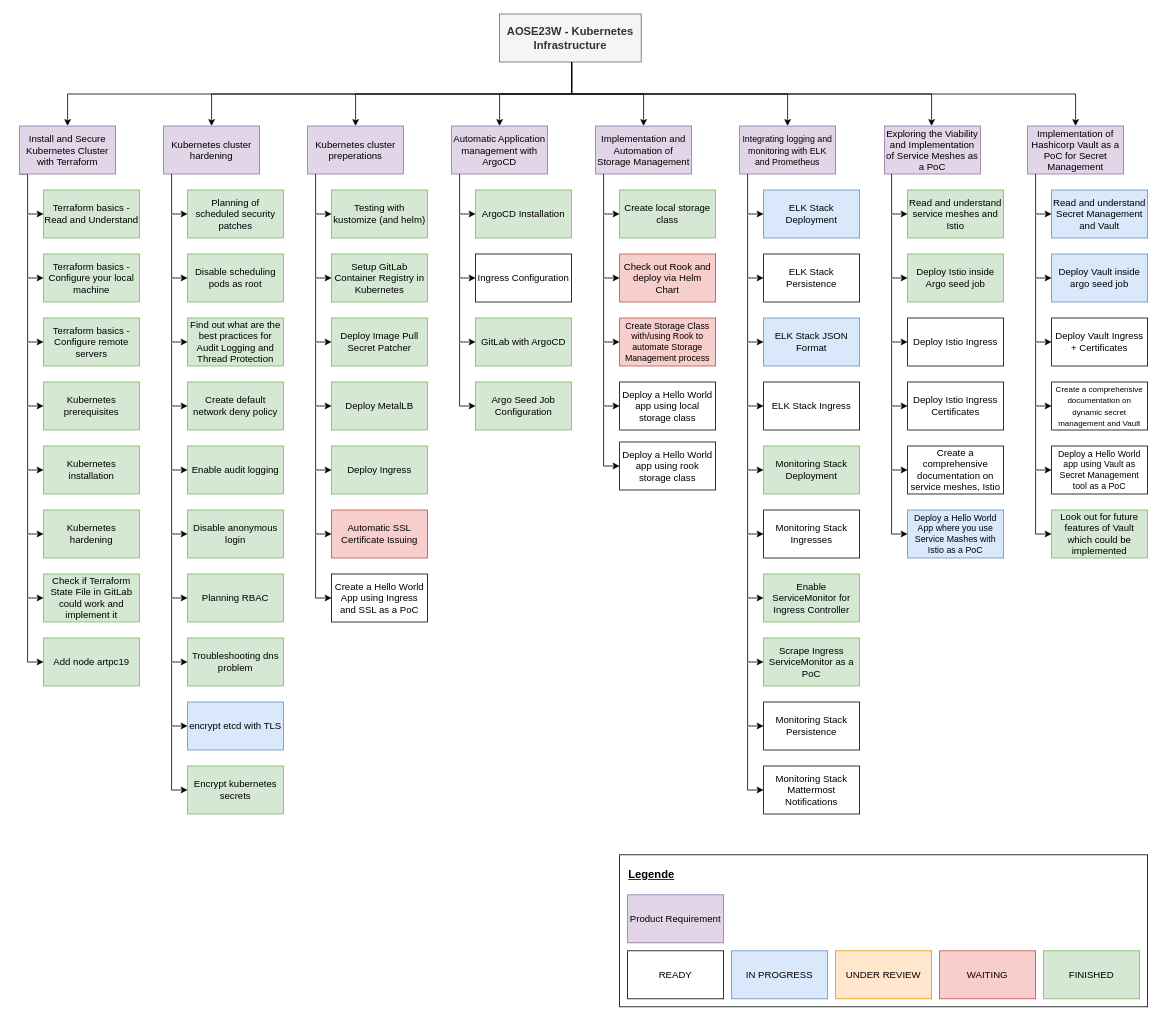
pogii123/drawio-charts keeps this draw.io diagram as uni-bsc/product-requirements-kubernetes-infrastructure.drawio. Above is the earlier version. Source tidied: cells renumbered, new cells numbered last; positions are measured from the earlier drawing's top-left corner, leaving out a move shared by most shapes. Both pictures are drawn from the tidied source at 80%, with x=0, y=0 at pixel (19, 14).
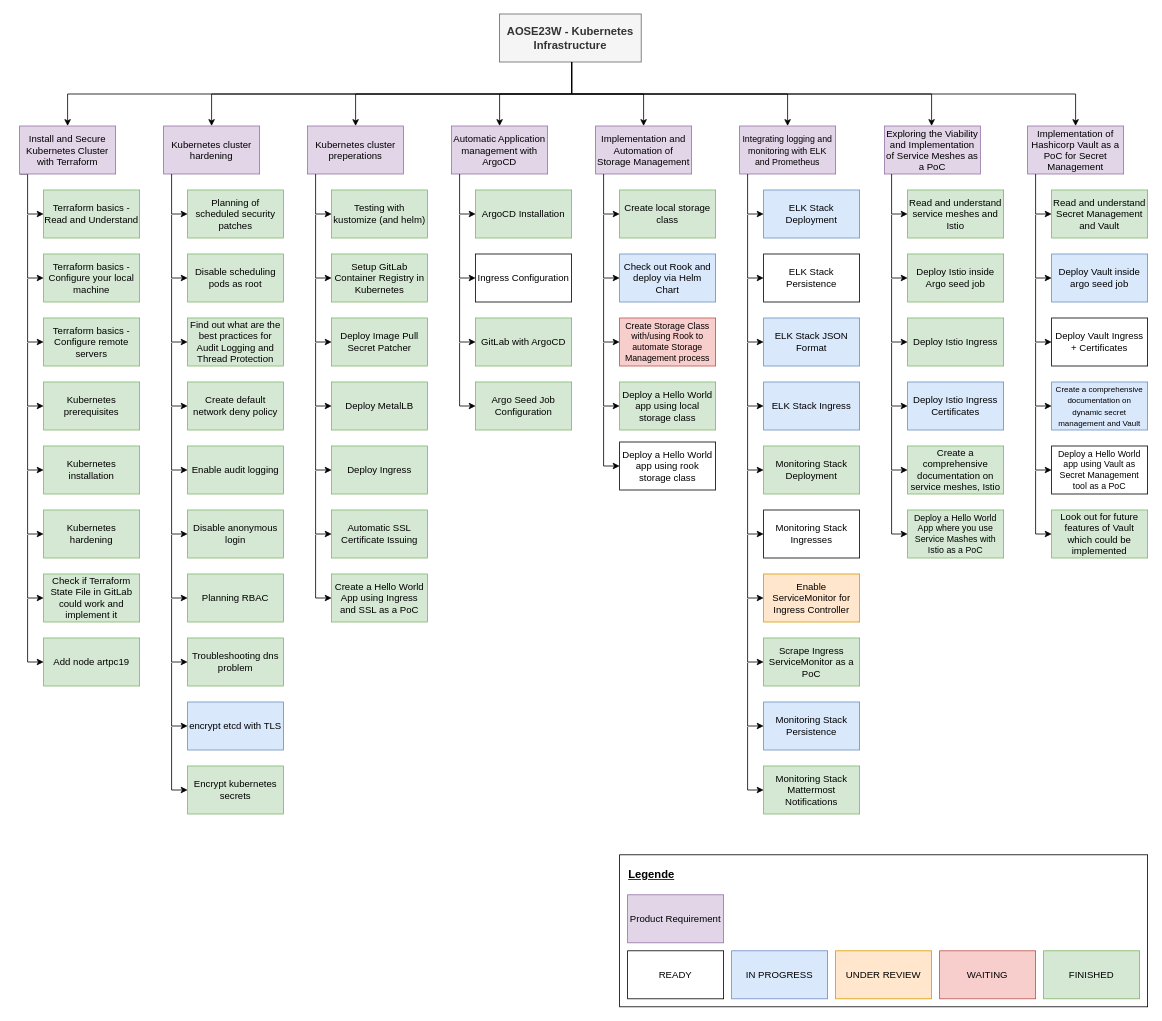
After the change.

Diff of the diagram source:
```diff
@@
-    <mxCell id="65" value="Automatic SSL Certificate Issuing" style="rounded=0;whiteSpace=wrap;html=1;fillColor=#f8cecc;strokeColor=#b85450;" parent="1" vertex="1">
+    <mxCell id="65" value="Automatic SSL Certificate Issuing" style="rounded=0;whiteSpace=wrap;html=1;fillColor=#d5e8d4;strokeColor=#82b366;" parent="1" vertex="1">
       <mxGeometry x="390" y="620" width="120" height="60" as="geometry" />
     </mxCell>
@@
-    <mxCell id="84" value="Check out Rook and deploy via Helm Chart" style="rounded=0;whiteSpace=wrap;html=1;fillColor=#f8cecc;strokeColor=#b85450;" parent="1" vertex="1">
+    <mxCell id="84" value="Check out Rook and deploy via Helm Chart" style="rounded=0;whiteSpace=wrap;html=1;fillColor=#dae8fc;strokeColor=#6c8ebf;" parent="1" vertex="1">
       <mxGeometry x="750" y="300" width="120" height="60" as="geometry" />
     </mxCell>
@@
-    <mxCell id="89" value="ELK Stack Ingress" style="rounded=0;whiteSpace=wrap;html=1;" parent="1" vertex="1">
+    <mxCell id="89" value="ELK Stack Ingress" style="rounded=0;whiteSpace=wrap;html=1;fillColor=#dae8fc;strokeColor=#6c8ebf;" parent="1" vertex="1">
       <mxGeometry x="930" y="460" width="120" height="60" as="geometry" />
     </mxCell>
@@
-    <mxCell id="97" value="Enable ServiceMonitor for Ingress Controller" style="rounded=0;whiteSpace=wrap;html=1;fillColor=#d5e8d4;strokeColor=#82b366;" parent="1" vertex="1">
+    <mxCell id="97" value="Enable ServiceMonitor for Ingress Controller" style="rounded=0;whiteSpace=wrap;html=1;fillColor=#ffe6cc;strokeColor=#d79b00;" parent="1" vertex="1">
       <mxGeometry x="930" y="700" width="120" height="60" as="geometry" />
     </mxCell>
@@
-    <mxCell id="104" value="Deploy Istio Ingress" style="rounded=0;whiteSpace=wrap;html=1;" parent="1" vertex="1">
+    <mxCell id="104" value="Deploy Istio Ingress" style="rounded=0;whiteSpace=wrap;html=1;fillColor=#d5e8d4;strokeColor=#82b366;" parent="1" vertex="1">
       <mxGeometry x="1110" y="380" width="120" height="60" as="geometry" />
     </mxCell>
-    <mxCell id="105" value="Deploy Istio Ingress Certificates" style="rounded=0;whiteSpace=wrap;html=1;" parent="1" vertex="1">
+    <mxCell id="105" value="Deploy Istio Ingress Certificates" style="rounded=0;whiteSpace=wrap;html=1;fillColor=#dae8fc;strokeColor=#6c8ebf;" parent="1" vertex="1">
       <mxGeometry x="1110" y="460" width="120" height="60" as="geometry" />
     </mxCell>
-    <mxCell id="106" value="Create a comprehensive documentation on service meshes, Istio" style="rounded=0;whiteSpace=wrap;html=1;" parent="1" vertex="1">
+    <mxCell id="106" value="Create a comprehensive documentation on service meshes, Istio" style="rounded=0;whiteSpace=wrap;html=1;fillColor=#d5e8d4;strokeColor=#82b366;" parent="1" vertex="1">
       <mxGeometry x="1110" y="540" width="120" height="60" as="geometry" />
     </mxCell>
@@
-    <mxCell id="112" value="Read and understand Secret Management and Vault" style="rounded=0;whiteSpace=wrap;html=1;fillColor=#dae8fc;strokeColor=#6c8ebf;" parent="1" vertex="1">
+    <mxCell id="112" value="Read and understand Secret Management and Vault" style="rounded=0;whiteSpace=wrap;html=1;fillColor=#d5e8d4;strokeColor=#82b366;" parent="1" vertex="1">
       <mxGeometry x="1290" y="220" width="120" height="60" as="geometry" />
     </mxCell>
@@
-    <mxCell id="116" value="&lt;font style=&quot;font-size: 10px;&quot;&gt;Create a comprehensive documentation on dynamic secret management and Vault&lt;/font&gt;" style="rounded=0;whiteSpace=wrap;html=1;" parent="1" vertex="1">
+    <mxCell id="116" value="&lt;font style=&quot;font-size: 10px;&quot;&gt;Create a comprehensive documentation on dynamic secret management and Vault&lt;/font&gt;" style="rounded=0;whiteSpace=wrap;html=1;fillColor=#dae8fc;strokeColor=#6c8ebf;" parent="1" vertex="1">
       <mxGeometry x="1290" y="460" width="120" height="60" as="geometry" />
     </mxCell>
@@
-    <mxCell id="121" value="Deploy a Hello World App where you use Service Mashes with Istio as a PoC" style="rounded=0;whiteSpace=wrap;html=1;fontSize=11;fillColor=#dae8fc;strokeColor=#6c8ebf;" parent="1" vertex="1">
+    <mxCell id="121" value="Deploy a Hello World App where you use Service Mashes with Istio as a PoC" style="rounded=0;whiteSpace=wrap;html=1;fontSize=11;fillColor=#d5e8d4;strokeColor=#82b366;" parent="1" vertex="1">
       <mxGeometry x="1110" y="620" width="120" height="60" as="geometry" />
     </mxCell>
@@
-    <mxCell id="123" value="&lt;font style=&quot;font-size: 12px;&quot;&gt;Deploy a Hello World app using local storage class&lt;/font&gt;" style="rounded=0;whiteSpace=wrap;html=1;fontSize=11;" parent="1" vertex="1">
+    <mxCell id="123" value="&lt;font style=&quot;font-size: 12px;&quot;&gt;Deploy a Hello World app using local storage class&lt;/font&gt;" style="rounded=0;whiteSpace=wrap;html=1;fontSize=11;fillColor=#d5e8d4;strokeColor=#82b366;" parent="1" vertex="1">
       <mxGeometry x="750" y="460" width="120" height="60" as="geometry" />
     </mxCell>
@@
-    <mxCell id="129" value="Monitoring Stack Persistence" style="rounded=0;whiteSpace=wrap;html=1;" parent="1" vertex="1">
+    <mxCell id="129" value="Monitoring Stack Persistence" style="rounded=0;whiteSpace=wrap;html=1;fillColor=#dae8fc;strokeColor=#6c8ebf;" parent="1" vertex="1">
       <mxGeometry x="930" y="860" width="120" height="60" as="geometry" />
     </mxCell>
-    <mxCell id="130" value="Monitoring Stack Mattermost Notifications" style="rounded=0;whiteSpace=wrap;html=1;" parent="1" vertex="1">
+    <mxCell id="130" value="Monitoring Stack Mattermost Notifications" style="rounded=0;whiteSpace=wrap;html=1;fillColor=#d5e8d4;strokeColor=#82b366;" parent="1" vertex="1">
       <mxGeometry x="930" y="940" width="120" height="60" as="geometry" />
     </mxCell>
@@
-    <mxCell id="133" value="Create a Hello World App using Ingress and SSL as a PoC" style="rounded=0;whiteSpace=wrap;html=1;" parent="1" vertex="1">
+    <mxCell id="133" value="Create a Hello World App using Ingress and SSL as a PoC" style="rounded=0;whiteSpace=wrap;html=1;fillColor=#d5e8d4;strokeColor=#82b366;" parent="1" vertex="1">
       <mxGeometry x="390" y="700" width="120" height="60" as="geometry" />
     </mxCell>
```
